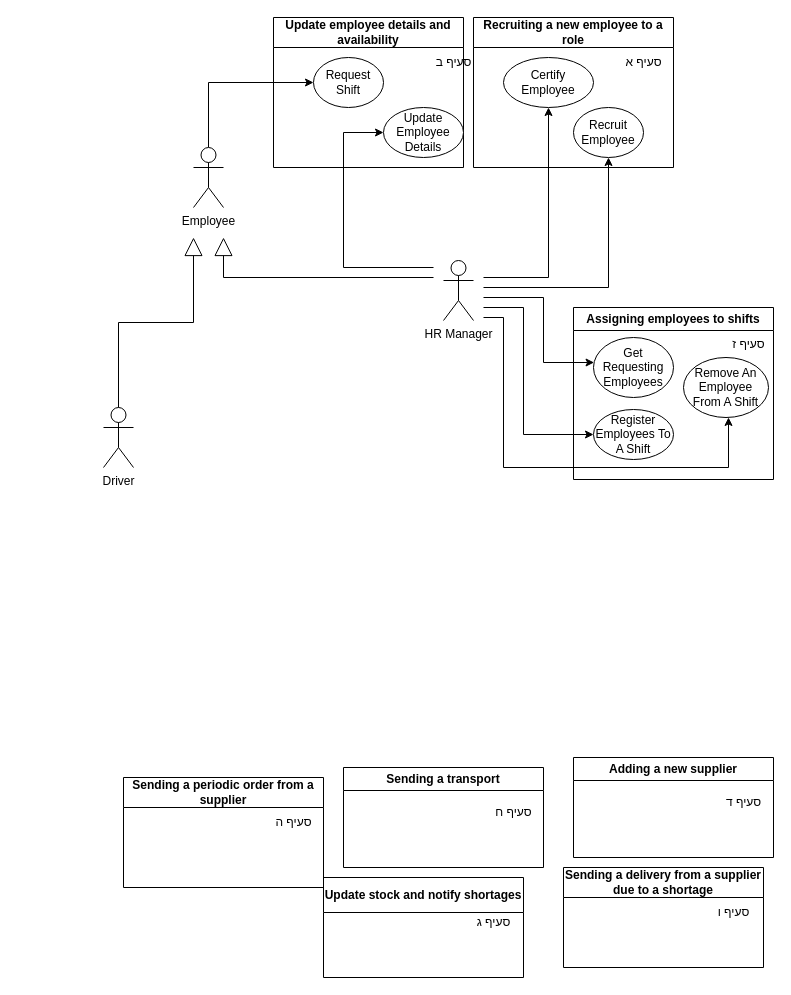
ADSS-GROUP-M/ADSS_GROUP_M keeps this draw.io diagram as docs/UseCases.drawio. Above is the earlier version. Source tidied: cells renumbered, new cells numbered last; positions are measured from the earlier drawing's top-left corner, leaving out a move shared by most shapes. Both pictures are drawn from the tidied source at 100%, with x=0, y=0 at pixel (103, 17).
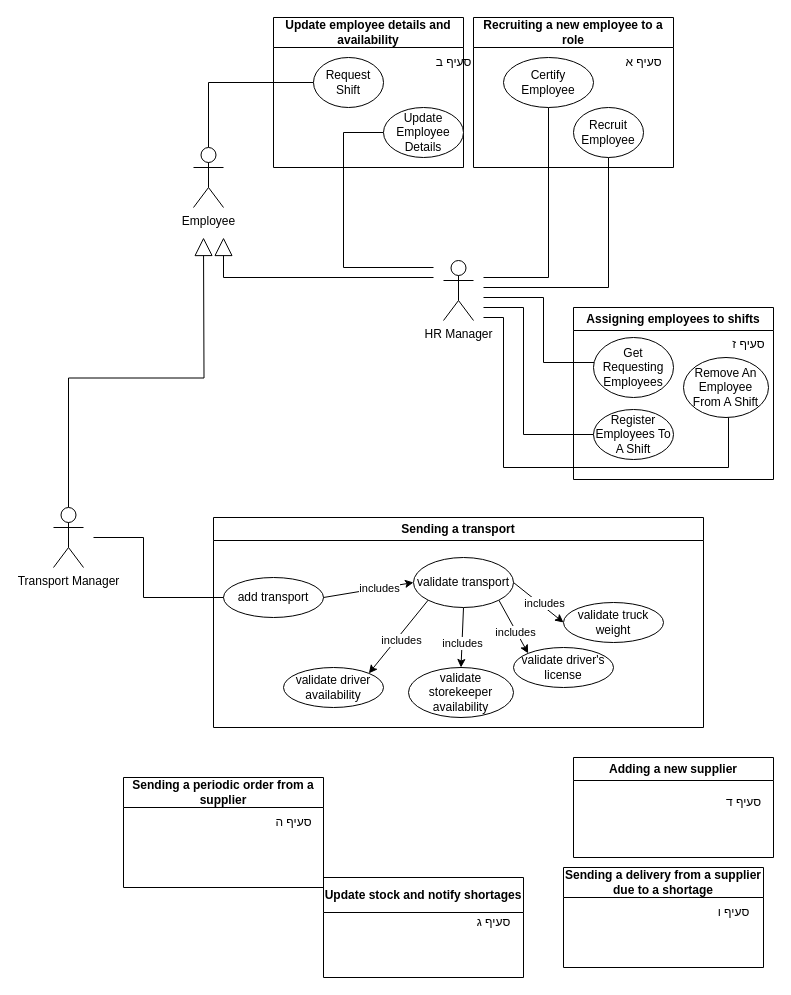
Above is the later version.

Unchanged cells that the change refers to:
```xml
<mxCell id="4" value="Employee" style="shape=umlActor;verticalLabelPosition=bottom;verticalAlign=top;html=1;outlineConnect=0;" parent="1" vertex="1">
  <mxGeometry x="90" y="130" width="30" height="60" as="geometry" />
</mxCell>
<mxCell id="14" value="Recruit Employee" style="ellipse;whiteSpace=wrap;html=1;" parent="12" vertex="1">
  <mxGeometry x="100" y="90" width="70" height="50" as="geometry" />
</mxCell>
<mxCell id="15" value="Certify Employee" style="ellipse;whiteSpace=wrap;html=1;" parent="12" vertex="1">
  <mxGeometry x="30" y="40" width="90" height="50" as="geometry" />
</mxCell>
<mxCell id="18" value="Update Employee Details" style="ellipse;whiteSpace=wrap;html=1;" parent="17" vertex="1">
  <mxGeometry x="110" y="90" width="80" height="50" as="geometry" />
</mxCell>
<mxCell id="19" value="Request Shift" style="ellipse;whiteSpace=wrap;html=1;" parent="17" vertex="1">
  <mxGeometry x="40" y="40" width="70" height="50" as="geometry" />
</mxCell>
<mxCell id="31" value="Get Requesting Employees" style="ellipse;whiteSpace=wrap;html=1;" parent="29" vertex="1">
  <mxGeometry x="20" y="30" width="80" height="60" as="geometry" />
</mxCell>
<mxCell id="32" value="Register Employees To A Shift" style="ellipse;whiteSpace=wrap;html=1;" parent="29" vertex="1">
  <mxGeometry x="20" y="102" width="80" height="50" as="geometry" />
</mxCell>
<mxCell id="33" value="Remove An Employee From A Shift" style="ellipse;whiteSpace=wrap;html=1;" parent="29" vertex="1">
  <mxGeometry x="110" y="50" width="85" height="60" as="geometry" />
</mxCell>
```

What changed in the source:
```diff
@@
-    <mxCell id="2" value="Driver" style="shape=umlActor;verticalLabelPosition=bottom;verticalAlign=top;html=1;outlineConnect=0;" parent="1" vertex="1">
-      <mxGeometry y="390" width="30" height="60" as="geometry" />
-    </mxCell>
-    <mxCell id="3" style="edgeStyle=orthogonalEdgeStyle;rounded=0;jettySize=auto;html=1;" parent="1" edge="1" source="4" target="19">
+    <mxCell id="3" style="edgeStyle=orthogonalEdgeStyle;rounded=0;jettySize=auto;html=1;endArrow=none;endFill=0;" parent="1" edge="1" source="4" target="19">
       <mxGeometry relative="1" as="geometry">
         <Array as="points">
           <mxPoint x="105" y="65" />
         </Array>
       </mxGeometry>
     </mxCell>
@@
-    <mxCell id="5" style="rounded=0;jettySize=auto;html=1;edgeStyle=orthogonalEdgeStyle;" parent="1" edge="1" target="15">
+    <mxCell id="5" style="rounded=0;jettySize=auto;html=1;edgeStyle=orthogonalEdgeStyle;endArrow=none;endFill=0;" parent="1" edge="1" target="15">
       <mxGeometry relative="1" as="geometry">
         <mxPoint x="380" y="260" as="sourcePoint" />
         <Array as="points">
           <mxPoint x="445" y="260" />
         </Array>
       </mxGeometry>
     </mxCell>
-    <mxCell id="6" style="edgeStyle=orthogonalEdgeStyle;rounded=0;jettySize=auto;html=1;entryX=0;entryY=0.5;entryDx=0;entryDy=0;" parent="1" edge="1" target="18">
+    <mxCell id="6" style="edgeStyle=orthogonalEdgeStyle;rounded=0;jettySize=auto;html=1;entryX=0;entryY=0.5;entryDx=0;entryDy=0;endArrow=none;endFill=0;" parent="1" edge="1" target="18">
       <mxGeometry relative="1" as="geometry">
         <mxPoint x="330" y="250" as="sourcePoint" />
         <Array as="points">
           <mxPoint x="240" y="250" />
           <mxPoint x="240" y="115" />
         </Array>
       </mxGeometry>
     </mxCell>
-    <mxCell id="7" style="rounded=0;jettySize=auto;html=1;edgeStyle=orthogonalEdgeStyle;" parent="1" edge="1" target="14">
+    <mxCell id="7" style="rounded=0;jettySize=auto;html=1;edgeStyle=orthogonalEdgeStyle;endArrow=none;endFill=0;" parent="1" edge="1" target="14">
       <mxGeometry relative="1" as="geometry">
         <mxPoint x="380" y="270" as="sourcePoint" />
         <Array as="points">
           <mxPoint x="380" y="270" />
           <mxPoint x="505" y="270" />
         </Array>
       </mxGeometry>
     </mxCell>
-    <mxCell id="8" style="edgeStyle=orthogonalEdgeStyle;rounded=0;jettySize=auto;html=1;" parent="1" edge="1" target="33">
+    <mxCell id="8" style="edgeStyle=orthogonalEdgeStyle;rounded=0;jettySize=auto;html=1;endArrow=none;endFill=0;" parent="1" edge="1" target="33">
       <mxGeometry relative="1" as="geometry">
         <mxPoint x="380" y="300" as="sourcePoint" />
         <Array as="points">
           <mxPoint x="400" y="300" />
           <mxPoint x="400" y="450" />
           <mxPoint x="625" y="450" />
         </Array>
       </mxGeometry>
     </mxCell>
-    <mxCell id="9" style="edgeStyle=orthogonalEdgeStyle;rounded=0;jettySize=auto;html=1;entryX=0;entryY=0.5;entryDx=0;entryDy=0;" parent="1" edge="1" target="32">
+    <mxCell id="9" style="edgeStyle=orthogonalEdgeStyle;rounded=0;jettySize=auto;html=1;entryX=0;entryY=0.5;entryDx=0;entryDy=0;endArrow=none;endFill=0;" parent="1" edge="1" target="32">
       <mxGeometry relative="1" as="geometry">
         <mxPoint x="380" y="290" as="sourcePoint" />
         <Array as="points">
           <mxPoint x="380" y="290" />
           <mxPoint x="420" y="290" />
           <mxPoint x="420" y="417" />
         </Array>
       </mxGeometry>
     </mxCell>
-    <mxCell id="10" style="edgeStyle=orthogonalEdgeStyle;rounded=0;jettySize=auto;html=1;" parent="1" edge="1" target="31">
+    <mxCell id="10" style="edgeStyle=orthogonalEdgeStyle;rounded=0;jettySize=auto;html=1;endArrow=none;endFill=0;" parent="1" edge="1" target="31">
       <mxGeometry relative="1" as="geometry">
         <mxPoint x="380" y="280" as="sourcePoint" />
         <Array as="points">
           <mxPoint x="380" y="280" />
           <mxPoint x="440" y="280" />
           <mxPoint x="440" y="345" />
         </Array>
       </mxGeometry>
     </mxCell>
@@
     <mxCell id="34" value="Sending a transport" style="swimlane;whiteSpace=wrap;html=1;" parent="1" vertex="1">
-      <mxGeometry x="240" y="750" width="200" height="100" as="geometry" />
+      <mxGeometry x="110" y="500" width="490" height="210" as="geometry" />
     </mxCell>
-    <mxCell id="35" value="סעיף ח" style="text;html=1;align=center;verticalAlign=middle;strokeColor=none;fillColor=none;" parent="34" vertex="1">
-      <mxGeometry x="140" y="30" width="60" height="30" as="geometry" />
-    </mxCell>
-    <mxCell id="36" style="endArrow=block;endSize=16;endFill=0;html=1;rounded=0;edgeStyle=orthogonalEdgeStyle;exitX=0.5;exitY=0;exitDx=0;exitDy=0;exitPerimeter=0;" parent="1" edge="1" source="2">
-      <mxGeometry relative="1" as="geometry">
-        <mxPoint x="90" y="220" as="targetPoint" />
-        <Array as="points">
-          <mxPoint x="15" y="305" />
-          <mxPoint x="90" y="305" />
-        </Array>
-      </mxGeometry>
-    </mxCell>
+    <mxCell id="37" style="rounded=0;jettySize=auto;html=1;exitX=0.5;exitY=1;exitDx=0;exitDy=0;entryX=0.5;entryY=0;entryDx=0;entryDy=0;" parent="34" edge="1" source="43" target="50">
+      <mxGeometry relative="1" as="geometry" />
+    </mxCell>
+    <mxCell id="38" value="includes" style="edgeLabel;html=1;align=center;verticalAlign=middle;" parent="37" vertex="1">
+      <mxGeometry x="0.21" relative="1" as="geometry" />
+    </mxCell>
+    <mxCell id="39" style="rounded=0;jettySize=auto;html=1;exitX=1;exitY=1;exitDx=0;exitDy=0;entryX=0;entryY=0;entryDx=0;entryDy=0;" parent="34" edge="1" source="43" target="51">
+      <mxGeometry relative="1" as="geometry" />
+    </mxCell>
+    <mxCell id="40" value="includes" style="edgeLabel;html=1;align=center;verticalAlign=middle;" parent="39" vertex="1">
+      <mxGeometry x="0.2" y="-1" relative="1" as="geometry" />
+    </mxCell>
+    <mxCell id="41" style="rounded=0;jettySize=auto;html=1;exitX=1;exitY=0.5;exitDx=0;exitDy=0;entryX=0;entryY=0.5;entryDx=0;entryDy=0;" parent="34" edge="1" source="43" target="52">
+      <mxGeometry relative="1" as="geometry" />
+    </mxCell>
+    <mxCell id="42" value="includes" style="edgeLabel;html=1;align=center;verticalAlign=middle;" parent="41" vertex="1">
+      <mxGeometry x="0.28" y="2" relative="1" as="geometry">
+        <mxPoint x="-3" y="-4" as="offset" />
+      </mxGeometry>
+    </mxCell>
+    <mxCell id="43" value="validate transport" style="ellipse;whiteSpace=wrap;html=1;align=center;" parent="34" vertex="1">
+      <mxGeometry x="200" y="40" width="100" height="50" as="geometry" />
+    </mxCell>
+    <mxCell id="44" value="add transport" style="ellipse;whiteSpace=wrap;html=1;align=center;" parent="34" vertex="1">
+      <mxGeometry x="10" y="60" width="100" height="40" as="geometry" />
+    </mxCell>
+    <mxCell id="45" style="endArrow=classic;html=1;rounded=0;entryX=0;entryY=0.5;entryDx=0;entryDy=0;exitX=1;exitY=0.5;exitDx=0;exitDy=0;" parent="34" edge="1" source="44" target="43">
+      <mxGeometry relative="1" as="geometry" />
+    </mxCell>
+    <mxCell id="46" value="includes" style="edgeLabel;html=1;align=center;verticalAlign=middle;" parent="45" vertex="1">
+      <mxGeometry x="0.23" relative="1" as="geometry" />
+    </mxCell>
+    <mxCell id="47" value="validate driver availability" style="ellipse;whiteSpace=wrap;html=1;align=center;" parent="34" vertex="1">
+      <mxGeometry x="70" y="150" width="100" height="40" as="geometry" />
+    </mxCell>
+    <mxCell id="48" style="endArrow=classic;html=1;rounded=0;entryX=1;entryY=0;entryDx=0;entryDy=0;exitX=0;exitY=1;exitDx=0;exitDy=0;" parent="34" edge="1" source="43" target="47">
+      <mxGeometry relative="1" as="geometry" />
+    </mxCell>
+    <mxCell id="49" value="includes" style="edgeLabel;html=1;align=center;verticalAlign=middle;" parent="48" vertex="1">
+      <mxGeometry x="0.33" y="2" relative="1" as="geometry">
+        <mxPoint x="11" y="-10" as="offset" />
+      </mxGeometry>
+    </mxCell>
+    <mxCell id="50" value="validate storekeeper &lt;br&gt;availability" style="ellipse;whiteSpace=wrap;html=1;align=center;" parent="34" vertex="1">
+      <mxGeometry x="195" y="150" width="105" height="50" as="geometry" />
+    </mxCell>
+    <mxCell id="51" value="validate driver's license" style="ellipse;whiteSpace=wrap;html=1;align=center;" parent="34" vertex="1">
+      <mxGeometry x="300" y="130" width="100" height="40" as="geometry" />
+    </mxCell>
+    <mxCell id="52" value="validate truck weight" style="ellipse;whiteSpace=wrap;html=1;align=center;" parent="34" vertex="1">
+      <mxGeometry x="350" y="85" width="100" height="40" as="geometry" />
+    </mxCell>
+    <mxCell id="53" style="edgeStyle=orthogonalEdgeStyle;rounded=0;jettySize=auto;html=1;entryX=0;entryY=0.5;entryDx=0;entryDy=0;endArrow=none;endFill=0;" parent="1" edge="1" target="44">
+      <mxGeometry relative="1" as="geometry">
+        <mxPoint x="-10" y="520" as="sourcePoint" />
+        <Array as="points">
+          <mxPoint x="40" y="520" />
+          <mxPoint x="40" y="580" />
+        </Array>
+      </mxGeometry>
+    </mxCell>
+    <mxCell id="54" style="edgeStyle=orthogonalEdgeStyle;rounded=0;jettySize=auto;html=1;exitX=0.5;exitY=0;exitDx=0;exitDy=0;exitPerimeter=0;endArrow=block;endFill=0;strokeWidth=1;endSize=16;" parent="1" edge="1" source="55">
+      <mxGeometry relative="1" as="geometry">
+        <mxPoint x="100" y="220" as="targetPoint" />
+      </mxGeometry>
+    </mxCell>
+    <mxCell id="55" value="Transport Manager" style="shape=umlActor;verticalLabelPosition=bottom;verticalAlign=top;html=1;outlineConnect=0;" parent="1" vertex="1">
+      <mxGeometry x="-50" y="490" width="30" height="60" as="geometry" />
+    </mxCell>
```
